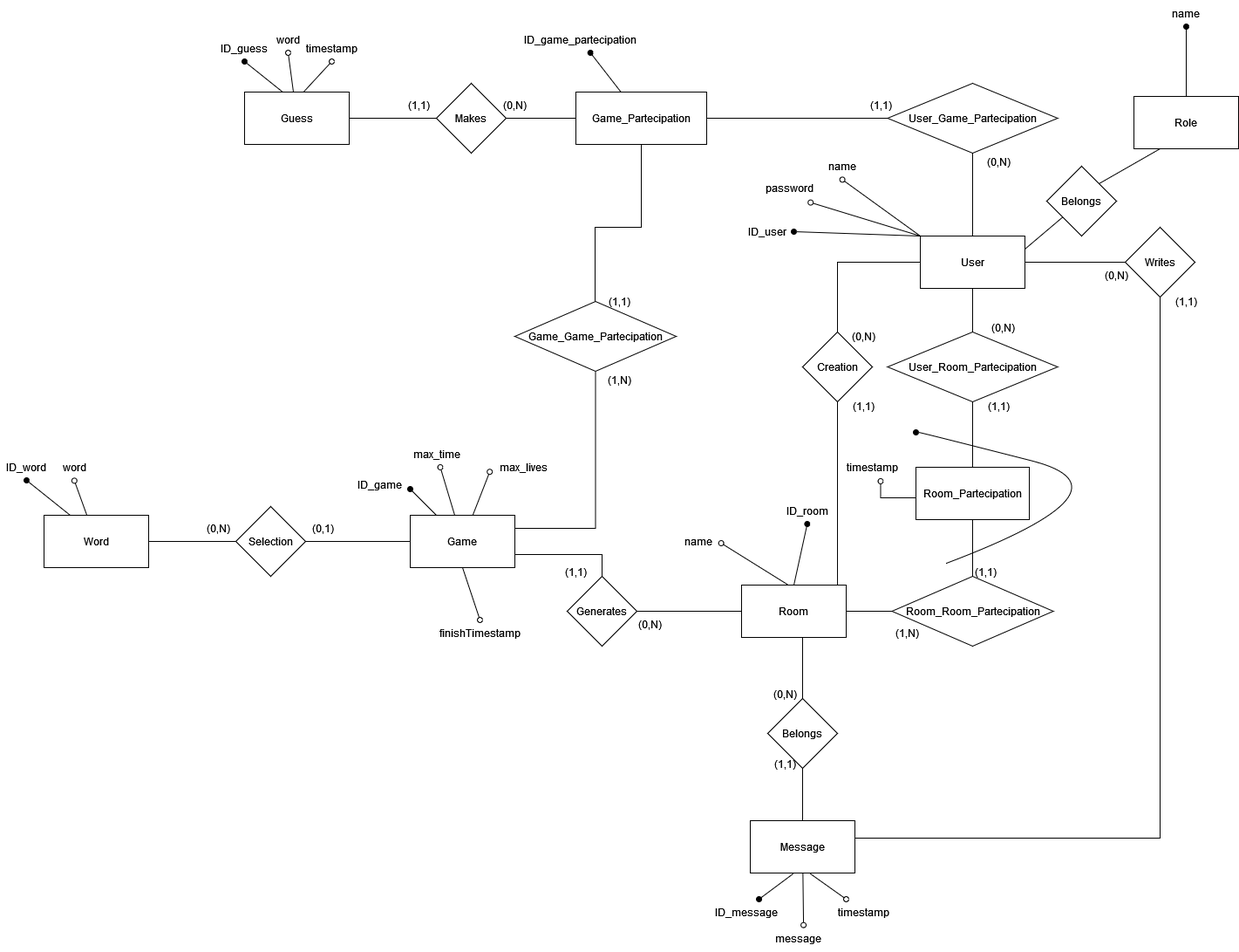
Cestnut/Hangman-Game keeps this draw.io diagram as ER_Diagram.png. Above is the earlier version. Source tidied: cells renumbered, new cells last; positions are measured from the earlier drawing's top-left corner, leaving out a move shared by most shapes.
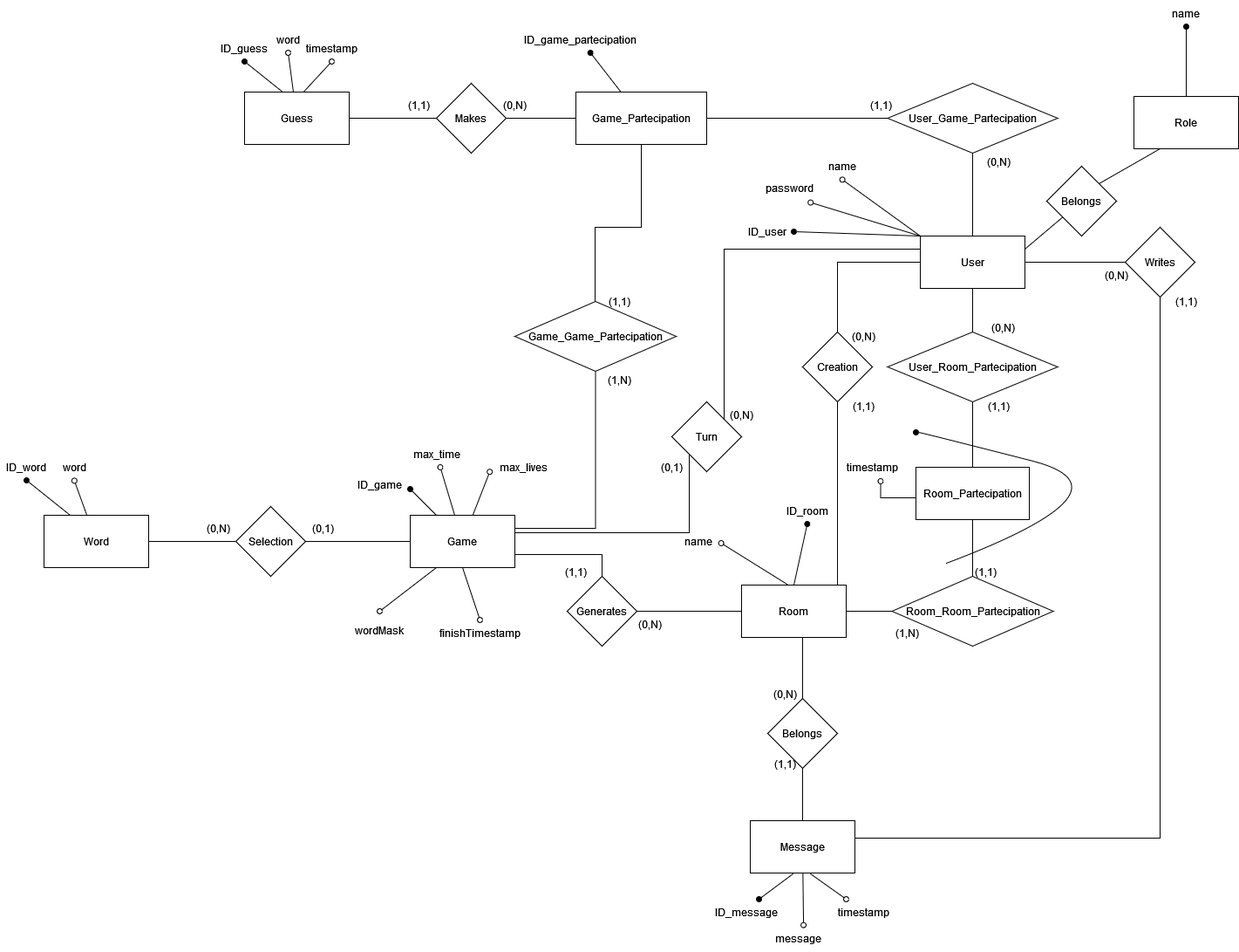
After the commit.

Diff of the diagram source:
```diff
@@ -31,6 +31,9 @@
     <mxCell id="10" style="edgeStyle=none;rounded=0;jettySize=auto;html=1;exitX=1;exitY=0.25;exitDx=0;exitDy=0;endArrow=none;endFill=0;" parent="1" edge="1" source="11" target="103">
       <mxGeometry relative="1" as="geometry" />
     </mxCell>
+    <mxCell id="106" style="edgeStyle=orthogonalEdgeStyle;rounded=0;jettySize=auto;html=1;exitX=0;exitY=0.25;exitDx=0;exitDy=0;entryX=1;entryY=0;entryDx=0;entryDy=0;endArrow=none;endFill=0;" parent="1" edge="1" source="11" target="109">
+      <mxGeometry relative="1" as="geometry" />
+    </mxCell>
     <mxCell id="11" value="User" style="rounded=0;whiteSpace=wrap;html=1;" parent="1" vertex="1">
       <mxGeometry x="1055" y="270" width="120" height="60" as="geometry" />
     </mxCell>
@@ -49,6 +52,17 @@
     <mxCell id="16" style="rounded=0;jettySize=auto;html=1;exitX=0.5;exitY=1;exitDx=0;exitDy=0;entryX=0.5;entryY=0;entryDx=0;entryDy=0;endArrow=oval;endFill=0;" parent="1" edge="1" source="17" target="98">
       <mxGeometry relative="1" as="geometry" />
     </mxCell>
+    <mxCell id="107" style="edgeStyle=orthogonalEdgeStyle;rounded=0;jettySize=auto;html=1;exitX=1;exitY=0.5;exitDx=0;exitDy=0;entryX=0;entryY=1;entryDx=0;entryDy=0;endArrow=none;endFill=0;" parent="1" edge="1" source="17" target="109">
+      <mxGeometry relative="1" as="geometry">
+        <Array as="points">
+          <mxPoint x="590" y="610" />
+          <mxPoint x="790" y="610" />
+        </Array>
+      </mxGeometry>
+    </mxCell>
+    <mxCell id="108" style="rounded=0;jettySize=auto;html=1;exitX=0.25;exitY=1;exitDx=0;exitDy=0;entryX=0.5;entryY=0;entryDx=0;entryDy=0;endArrow=oval;endFill=0;" parent="1" edge="1" source="17" target="112">
+      <mxGeometry relative="1" as="geometry" />
+    </mxCell>
     <mxCell id="17" value="Game" style="rounded=0;whiteSpace=wrap;html=1;" parent="1" vertex="1">
       <mxGeometry x="470" y="590" width="120" height="60" as="geometry" />
     </mxCell>
@@ -341,5 +355,17 @@
     <mxCell id="105" value="timestamp" style="text;html=1;strokeColor=none;fillColor=none;align=center;verticalAlign=middle;whiteSpace=wrap;rounded=0;" parent="1" vertex="1">
       <mxGeometry x="970" y="520" width="60" height="30" as="geometry" />
     </mxCell>
+    <mxCell id="109" value="Turn" style="rhombus;whiteSpace=wrap;html=1;" parent="1" vertex="1">
+      <mxGeometry x="770" y="460" width="80" height="80" as="geometry" />
+    </mxCell>
+    <mxCell id="110" value="&lt;div&gt;(0,1)&lt;/div&gt;" style="text;html=1;strokeColor=none;fillColor=none;align=center;verticalAlign=middle;whiteSpace=wrap;rounded=0;" parent="1" vertex="1">
+      <mxGeometry x="740" y="520" width="60" height="30" as="geometry" />
+    </mxCell>
+    <mxCell id="111" value="(0,N)" style="text;html=1;strokeColor=none;fillColor=none;align=center;verticalAlign=middle;whiteSpace=wrap;rounded=0;" parent="1" vertex="1">
+      <mxGeometry x="820" y="460" width="60" height="30" as="geometry" />
+    </mxCell>
+    <mxCell id="112" value="&lt;br&gt;&lt;div&gt;&lt;br&gt;&lt;/div&gt;&lt;div&gt;wordMask&lt;/div&gt;&lt;div&gt;&lt;br&gt;&lt;/div&gt;" style="text;html=1;strokeColor=none;fillColor=none;align=center;verticalAlign=middle;whiteSpace=wrap;rounded=0;" parent="1" vertex="1">
+      <mxGeometry x="405" y="700" width="60" height="30" as="geometry" />
+    </mxCell>
   </root>
 </mxGraphModel>
```
